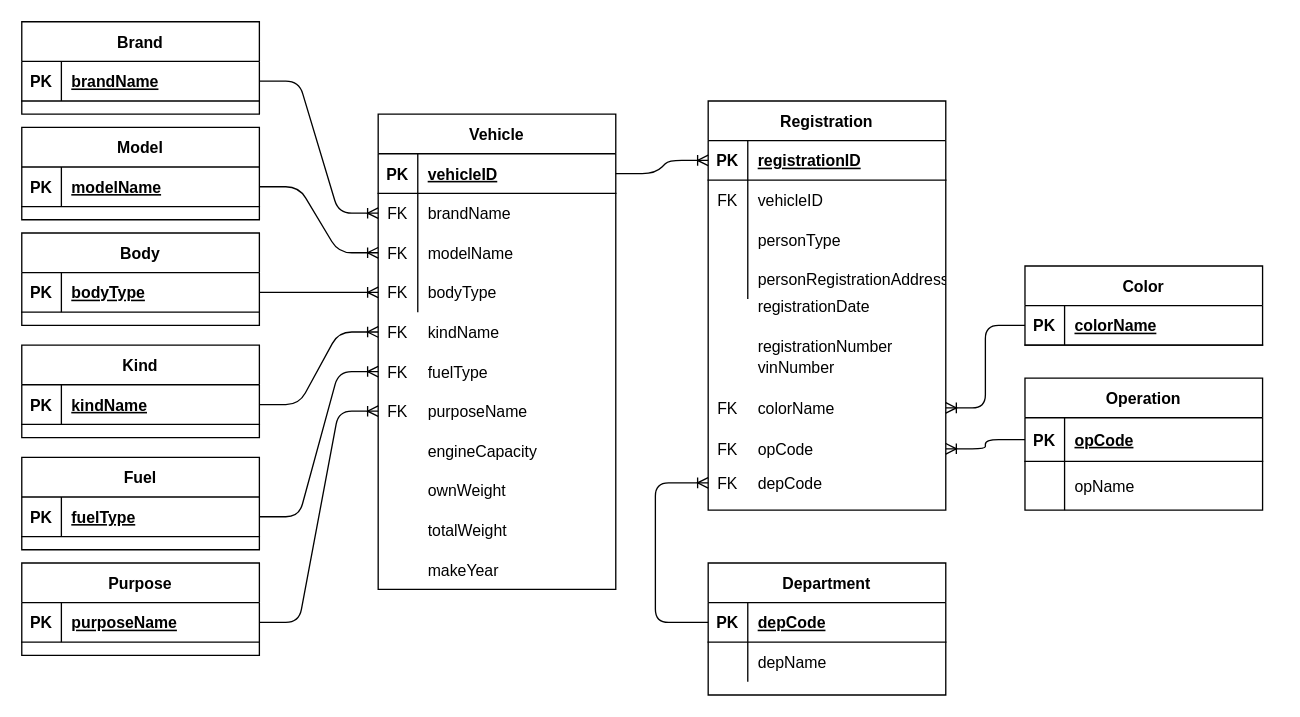
The draw.io diagram page "Current Entities (only from reg info csv)" (1 of 2) of Documentation/RegistrationEntity.drawio in sanyokkua/ua-vehicle-registrations, before the edit. Source tidied: cells renumbered, new cells numbered last; positions are measured from the earlier drawing's top-left corner, leaving out a move shared by most shapes. Both pictures are drawn from the tidied source at 132%, with x=0, y=0 at pixel (21, 21).
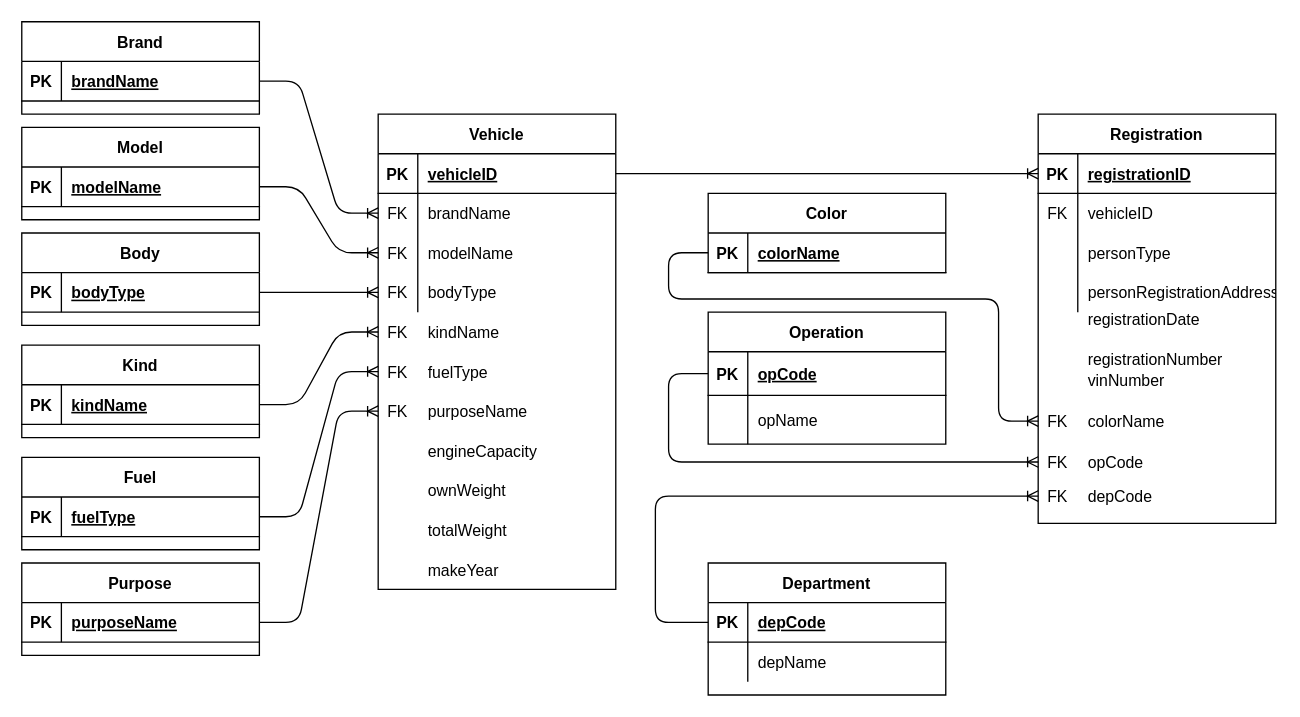
Above is the later version.

Unchanged cells that the change refers to:
```xml
<mxCell id="3" style="shape=partialRectangle;fillColor=none;top=0;left=0;bottom=1;right=0;points=[[0,0.5],[1,0.5]];portConstraint=eastwest;" parent="2" vertex="1">
  <mxGeometry y="30" width="180" height="33" as="geometry" />
</mxCell>
<mxCell id="25" style="shape=partialRectangle;fillColor=none;top=0;left=0;bottom=1;right=0;points=[[0,0.5],[1,0.5]];portConstraint=eastwest;" parent="24" vertex="1">
  <mxGeometry y="30" width="180" height="30" as="geometry" />
</mxCell>
<mxCell id="96" style="shape=partialRectangle;fillColor=none;top=0;left=0;bottom=0;right=0;points=[[0,0.5],[1,0.5]];portConstraint=eastwest;" parent="79" vertex="1">
  <mxGeometry y="217" width="180" height="31" as="geometry" />
</mxCell>
<mxCell id="99" style="shape=partialRectangle;fillColor=none;top=0;left=0;bottom=0;right=0;points=[[0,0.5],[1,0.5]];portConstraint=eastwest;" parent="79" vertex="1">
  <mxGeometry y="248" width="180" height="31" as="geometry" />
</mxCell>
```

Change to the diagram source:
```diff
@@
     <mxCell id="2" value="Operation" style="shape=table;startSize=30;childLayout=tableLayout;rowLines=0;fontStyle=1;align=center;" parent="1" vertex="1">
-      <mxGeometry x="760" y="270" width="180" height="100" as="geometry" />
+      <mxGeometry x="520" y="220" width="180" height="100" as="geometry" />
     </mxCell>
@@
     <mxCell id="24" value="Color" style="shape=table;startSize=30;childLayout=tableLayout;rowLines=0;fontStyle=1;align=center;" parent="1" vertex="1">
-      <mxGeometry x="760" y="185" width="180" height="60" as="geometry" />
+      <mxGeometry x="520" y="130" width="180" height="60" as="geometry" />
     </mxCell>
@@
     <mxCell id="79" style="group;" parent="1" vertex="1">
-      <mxGeometry x="520" y="60" width="180" height="310" as="geometry" />
+      <mxGeometry x="770" y="70" width="180" height="310" as="geometry" />
     </mxCell>
@@
-    <mxCell id="118" style="edgeStyle=entityRelationEdgeStyle;fontSize=12;html=1;endArrow=ERoneToMany;exitX=0;exitY=0.5;exitDx=0;exitDy=0;entryX=1;entryY=0.5;entryDx=0;entryDy=0;" parent="1" edge="1" source="25" target="96">
-      <mxGeometry relative="1" as="geometry" />
+    <mxCell id="118" style="edgeStyle=orthogonalEdgeStyle;fontSize=12;html=1;endArrow=ERoneToMany;exitX=0;exitY=0.5;exitDx=0;exitDy=0;entryX=0;entryY=0.5;entryDx=0;entryDy=0;" parent="1" edge="1" source="25" target="96">
+      <mxGeometry relative="1" as="geometry">
+        <Array as="points">
+          <mxPoint x="490" y="175" />
+          <mxPoint x="490" y="210" />
+          <mxPoint x="740" y="210" />
+          <mxPoint x="740" y="303" />
+        </Array>
+      </mxGeometry>
     </mxCell>
-    <mxCell id="119" style="edgeStyle=entityRelationEdgeStyle;fontSize=12;html=1;endArrow=ERoneToMany;exitX=0;exitY=0.5;exitDx=0;exitDy=0;entryX=1;entryY=0.5;entryDx=0;entryDy=0;" parent="1" edge="1" source="3" target="99">
-      <mxGeometry relative="1" as="geometry" />
+    <mxCell id="119" style="edgeStyle=orthogonalEdgeStyle;fontSize=12;html=1;endArrow=ERoneToMany;exitX=0;exitY=0.5;exitDx=0;exitDy=0;entryX=0;entryY=0.5;entryDx=0;entryDy=0;" parent="1" edge="1" source="3" target="99">
+      <mxGeometry relative="1" as="geometry">
+        <Array as="points">
+          <mxPoint x="490" y="267" />
+          <mxPoint x="490" y="333" />
+        </Array>
+      </mxGeometry>
     </mxCell>
```
